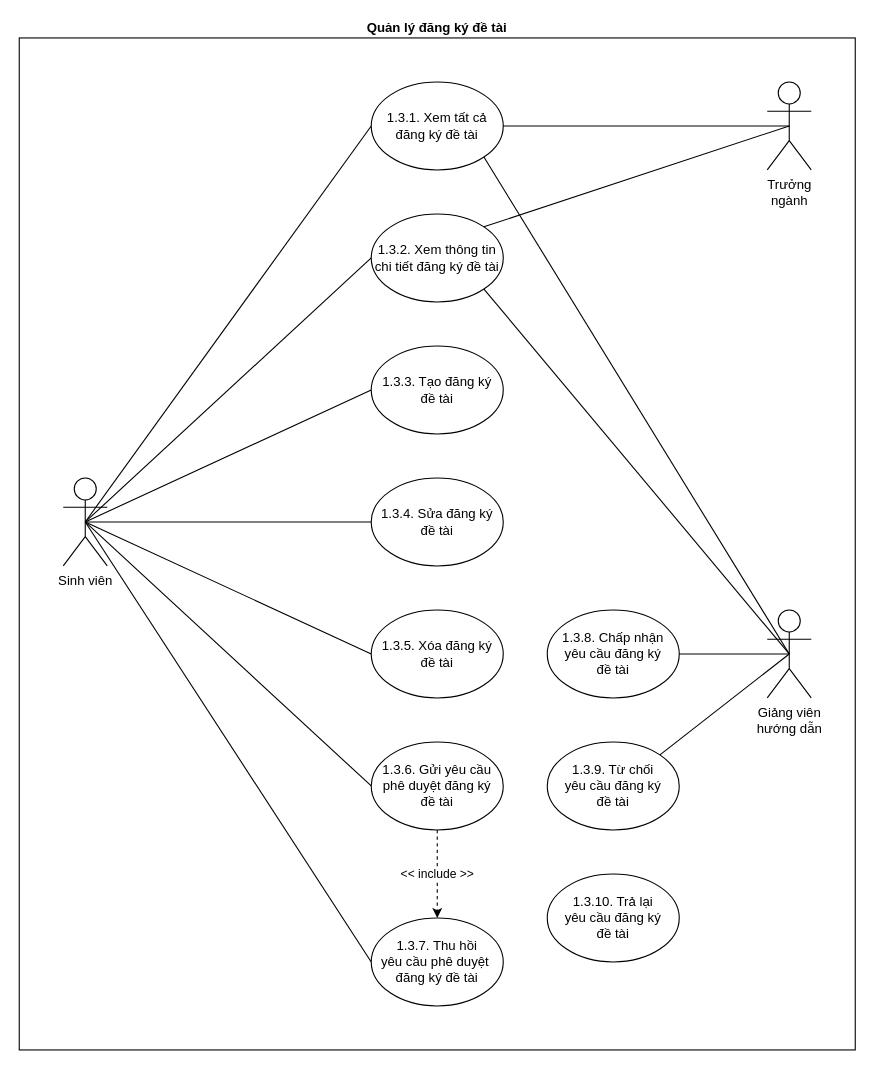
Above: page "Quản lý đăng ký đề tài" (3 of 12) of docs/diagrams/usecase.drawio in doonpy/grasis (draw.io), before the change. Source tidied: cells renumbered, new cells numbered last; positions are measured from the earlier drawing's top-left corner, leaving out a move shared by most shapes. Both pictures are drawn from the tidied source at 110%, with x=0, y=0 at pixel (19, 37).
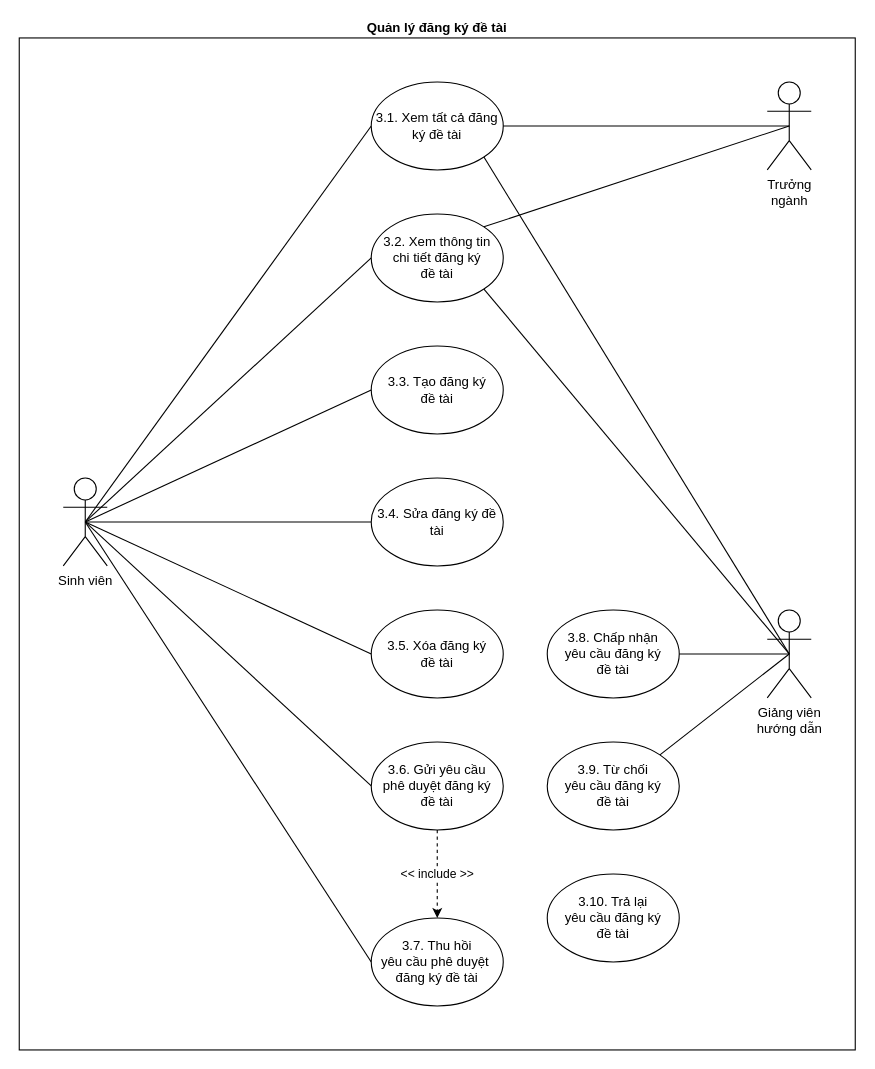
After the change.

What changed in the source:
```diff
@@
-    <mxCell id="11" value="1.3.3. Tạo đăng ký&lt;br&gt;đề tài" style="ellipse;whiteSpace=wrap;html=1;align=center;" parent="1" vertex="1">
+    <mxCell id="11" value="3.3. Tạo đăng ký&lt;br&gt;đề tài" style="ellipse;whiteSpace=wrap;html=1;align=center;" parent="1" vertex="1">
       <mxGeometry x="320" y="280" width="120" height="80" as="geometry" />
     </mxCell>
-    <mxCell id="12" value="1.3.8. Chấp nhận&lt;br&gt;yêu cầu đăng ký&lt;br&gt;đề tài" style="ellipse;whiteSpace=wrap;html=1;align=center;" parent="1" vertex="1">
+    <mxCell id="12" value="3.8. Chấp nhận&lt;br&gt;yêu cầu đăng ký&lt;br&gt;đề tài" style="ellipse;whiteSpace=wrap;html=1;align=center;" parent="1" vertex="1">
       <mxGeometry x="480" y="520" width="120" height="80" as="geometry" />
     </mxCell>
-    <mxCell id="13" value="1.3.9. Từ chối &lt;br&gt;yêu cầu đăng ký&lt;br&gt;đề tài" style="ellipse;whiteSpace=wrap;html=1;align=center;" parent="1" vertex="1">
+    <mxCell id="13" value="3.9. Từ chối &lt;br&gt;yêu cầu đăng ký&lt;br&gt;đề tài" style="ellipse;whiteSpace=wrap;html=1;align=center;" parent="1" vertex="1">
       <mxGeometry x="480" y="640" width="120" height="80" as="geometry" />
     </mxCell>
@@
-    <mxCell id="18" value="1.3.7. Thu hồi &lt;br&gt;yêu cầu phê duyệt&amp;nbsp;&lt;br&gt;đăng ký đề tài" style="ellipse;whiteSpace=wrap;html=1;align=center;" parent="1" vertex="1">
+    <mxCell id="18" value="3.7. Thu hồi &lt;br&gt;yêu cầu phê duyệt&amp;nbsp;&lt;br&gt;đăng ký đề tài" style="ellipse;whiteSpace=wrap;html=1;align=center;" parent="1" vertex="1">
       <mxGeometry x="320" y="800" width="120" height="80" as="geometry" />
     </mxCell>
-    <mxCell id="19" value="1.3.5. Xóa đăng ký&lt;br&gt;đề tài" style="ellipse;whiteSpace=wrap;html=1;align=center;" parent="1" vertex="1">
+    <mxCell id="19" value="3.5. Xóa đăng ký&lt;br&gt;đề tài" style="ellipse;whiteSpace=wrap;html=1;align=center;" parent="1" vertex="1">
       <mxGeometry x="320" y="520" width="120" height="80" as="geometry" />
     </mxCell>
@@
-    <mxCell id="21" value="1.3.2. Xem thông tin chi tiết đăng ký đề tài" style="ellipse;whiteSpace=wrap;html=1;align=center;" parent="1" vertex="1">
+    <mxCell id="21" value="3.2. Xem thông tin&lt;br&gt;chi tiết đăng ký&lt;br&gt;đề tài" style="ellipse;whiteSpace=wrap;html=1;align=center;" parent="1" vertex="1">
       <mxGeometry x="320" y="160" width="120" height="80" as="geometry" />
     </mxCell>
-    <mxCell id="22" value="1.3.1. Xem tất cả đăng ký đề tài" style="ellipse;whiteSpace=wrap;html=1;align=center;" parent="1" vertex="1">
+    <mxCell id="22" value="3.1. Xem tất cả đăng ký đề tài" style="ellipse;whiteSpace=wrap;html=1;align=center;" parent="1" vertex="1">
       <mxGeometry x="320" y="40" width="120" height="80" as="geometry" />
     </mxCell>
-    <mxCell id="23" value="1.3.4. Sửa đăng ký đề tài" style="ellipse;whiteSpace=wrap;html=1;align=center;" parent="1" vertex="1">
+    <mxCell id="23" value="3.4. Sửa đăng ký đề tài" style="ellipse;whiteSpace=wrap;html=1;align=center;" parent="1" vertex="1">
       <mxGeometry x="320" y="400" width="120" height="80" as="geometry" />
     </mxCell>
@@
-    <mxCell id="25" value="1.3.6. Gửi yêu cầu phê duyệt đăng ký&lt;br&gt;đề tài" style="ellipse;whiteSpace=wrap;html=1;align=center;" parent="1" vertex="1">
+    <mxCell id="25" value="3.6. Gửi yêu cầu&lt;br&gt;phê duyệt đăng ký&lt;br&gt;đề tài" style="ellipse;whiteSpace=wrap;html=1;align=center;" parent="1" vertex="1">
       <mxGeometry x="320" y="640" width="120" height="80" as="geometry" />
     </mxCell>
@@
-    <mxCell id="29" value="1.3.10. Trả lại&lt;br&gt;yêu cầu đăng ký &lt;br&gt;đề tài" style="ellipse;whiteSpace=wrap;html=1;align=center;" parent="1" vertex="1">
+    <mxCell id="29" value="3.10. Trả lại&lt;br&gt;yêu cầu đăng ký &lt;br&gt;đề tài" style="ellipse;whiteSpace=wrap;html=1;align=center;" parent="1" vertex="1">
       <mxGeometry x="480" y="760" width="120" height="80" as="geometry" />
     </mxCell>
```
